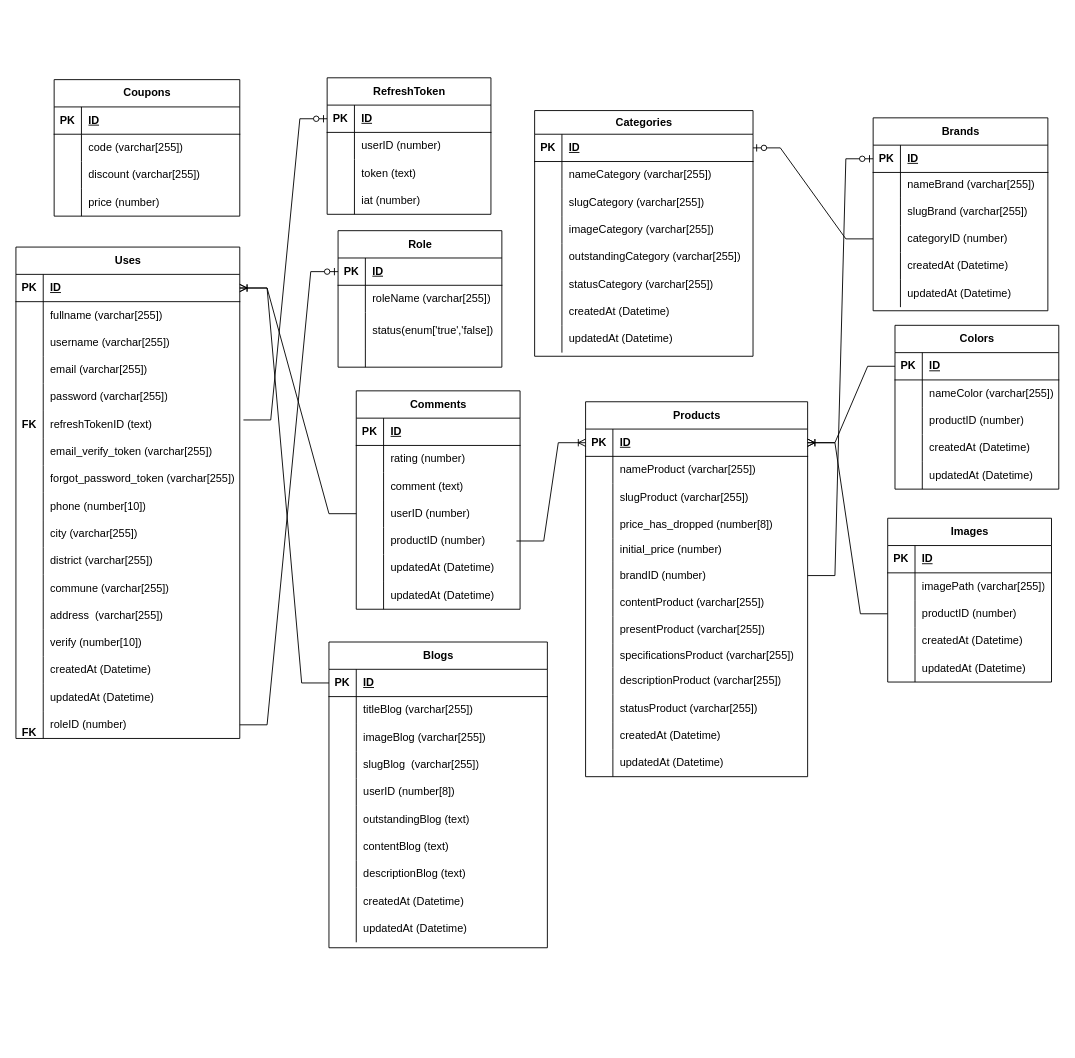
QuocHuy03/HoangHaPC keeps this draw.io diagram as src/doan.drawio. Above is the earlier version. Source tidied: cells renumbered, new cells numbered last; positions are measured from the earlier drawing's top-left corner, leaving out a move shared by most shapes. Both pictures are drawn from the tidied source at 91%, with x=0, y=0 at pixel (15, 77).
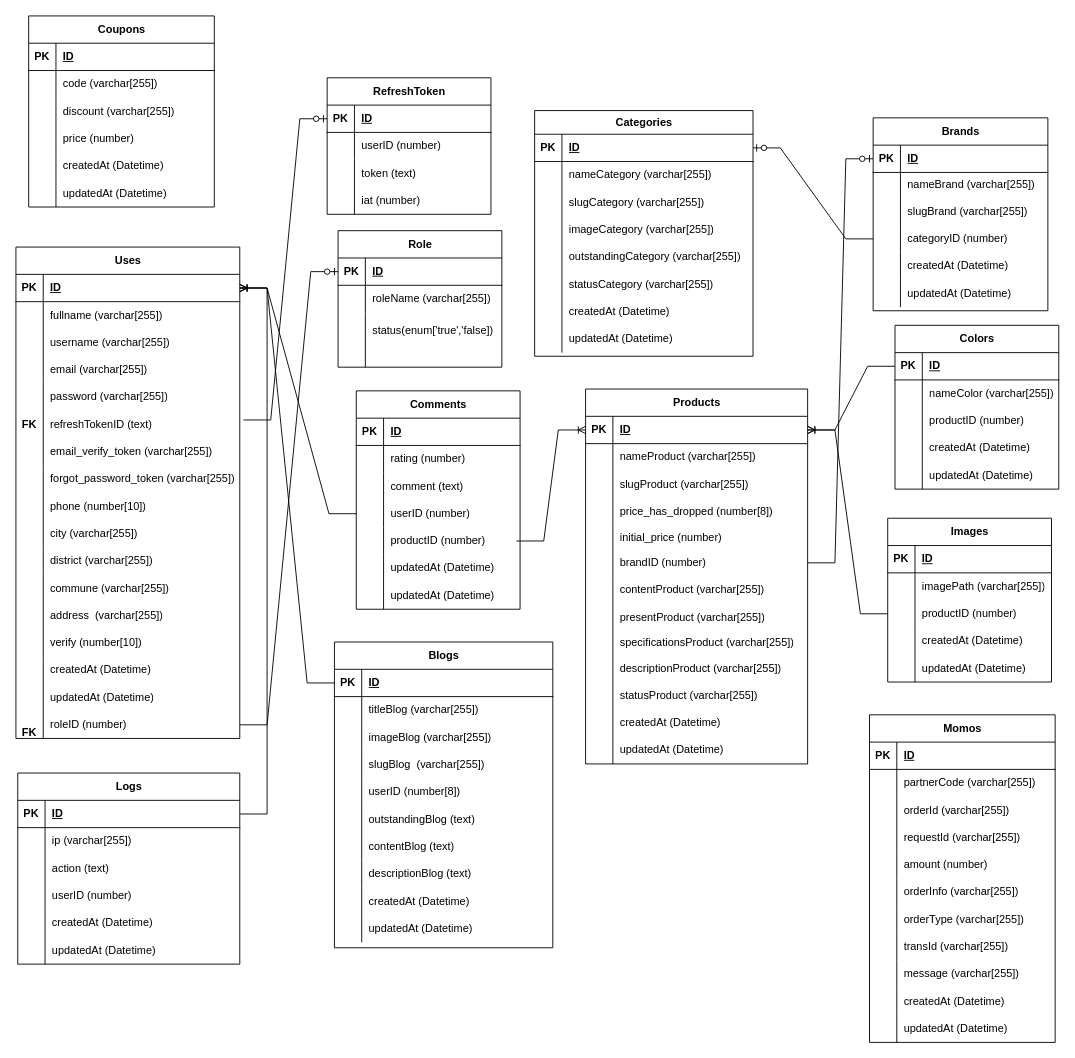
Above is the later version.

Commit message (it also covers changes not shown here):
Cập nhật doan.drawio

Unchanged cells that the change refers to:
```xml
<mxCell id="3" style="shape=tableRow;horizontal=0;startSize=0;swimlaneHead=0;swimlaneBody=0;fillColor=none;points=[[0,0.5],[1,0.5]];portConstraint=eastwest;top=0;left=0;right=0;bottom=1;" parent="2" vertex="1">
  <mxGeometry y="30" width="246" height="30" as="geometry" />
</mxCell>
```

What changed in the source:
```diff
@@
     <mxCell id="127" value="Products" style="shape=table;startSize=30;childLayout=tableLayout;rowLines=0;fontStyle=1;align=center;html=1;" parent="1" vertex="1">
-      <mxGeometry x="626" y="356" width="244" height="412" as="geometry" />
+      <mxGeometry x="626" y="342" width="244" height="412" as="geometry" />
     </mxCell>
@@
     <mxCell id="202" value="Blogs" style="shape=table;startSize=30;childLayout=tableLayout;rowLines=0;fontStyle=1;align=center;html=1;" parent="1" vertex="1">
-      <mxGeometry x="344" y="620" width="240" height="336" as="geometry" />
+      <mxGeometry x="350" y="620" width="240" height="336" as="geometry" />
     </mxCell>
@@
     <mxCell id="258" value="Coupons" style="shape=table;startSize=30;childLayout=tableLayout;rowLines=0;fontStyle=1;align=center;html=1;" parent="1" vertex="1">
-      <mxGeometry x="42" y="2" width="204" height="150" as="geometry" />
+      <mxGeometry x="14" y="-68" width="204" height="210" as="geometry" />
     </mxCell>
@@
+    <mxCell id="271" style="shape=tableRow;horizontal=0;startSize=0;swimlaneHead=0;swimlaneBody=0;fillColor=none;top=0;left=0;right=0;bottom=0;" parent="258" vertex="1">
+      <mxGeometry y="150" width="204" height="30" as="geometry" />
+    </mxCell>
+    <mxCell id="272" style="shape=partialRectangle;fillColor=none;top=0;left=0;bottom=0;right=0;overflow=hidden;whiteSpace=wrap;html=1;" parent="271" vertex="1">
+      <mxGeometry width="30" height="30" as="geometry" />
+    </mxCell>
+    <mxCell id="273" value="createdAt (Datetime)" style="shape=partialRectangle;fillColor=none;top=0;left=0;bottom=0;right=0;align=left;spacingLeft=6;overflow=hidden;whiteSpace=wrap;html=1;" parent="271" vertex="1">
+      <mxGeometry x="30" width="174" height="30" as="geometry" />
+    </mxCell>
+    <mxCell id="274" style="shape=tableRow;horizontal=0;startSize=0;swimlaneHead=0;swimlaneBody=0;fillColor=none;top=0;left=0;right=0;bottom=0;" parent="258" vertex="1">
+      <mxGeometry y="180" width="204" height="30" as="geometry" />
+    </mxCell>
+    <mxCell id="275" style="shape=partialRectangle;fillColor=none;top=0;left=0;bottom=0;right=0;overflow=hidden;whiteSpace=wrap;html=1;" parent="274" vertex="1">
+      <mxGeometry width="30" height="30" as="geometry" />
+    </mxCell>
+    <mxCell id="276" value="updatedAt (Datetime)" style="shape=partialRectangle;fillColor=none;top=0;left=0;bottom=0;right=0;align=left;spacingLeft=6;overflow=hidden;whiteSpace=wrap;html=1;" parent="274" vertex="1">
+      <mxGeometry x="30" width="174" height="30" as="geometry" />
+    </mxCell>
+    <mxCell id="277" value="Logs" style="shape=table;startSize=30;childLayout=tableLayout;rowLines=0;fontStyle=1;align=center;html=1;" parent="1" vertex="1">
+      <mxGeometry x="2" y="764" width="244" height="210" as="geometry" />
+    </mxCell>
+    <mxCell id="278" style="shape=tableRow;horizontal=0;startSize=0;swimlaneHead=0;swimlaneBody=0;fillColor=none;points=[[0,0.5],[1,0.5]];portConstraint=eastwest;top=0;left=0;right=0;bottom=1;" parent="277" vertex="1">
+      <mxGeometry y="30" width="244" height="30" as="geometry" />
+    </mxCell>
+    <mxCell id="279" value="PK" style="shape=partialRectangle;fillColor=none;top=0;left=0;bottom=0;right=0;fontStyle=1;overflow=hidden;whiteSpace=wrap;html=1;" parent="278" vertex="1">
+      <mxGeometry width="30" height="30" as="geometry" />
+    </mxCell>
+    <mxCell id="280" value="ID" style="shape=partialRectangle;fillColor=none;top=0;left=0;bottom=0;right=0;align=left;spacingLeft=6;fontStyle=5;overflow=hidden;whiteSpace=wrap;html=1;" parent="278" vertex="1">
+      <mxGeometry x="30" width="214" height="30" as="geometry" />
+    </mxCell>
+    <mxCell id="281" style="shape=tableRow;horizontal=0;startSize=0;swimlaneHead=0;swimlaneBody=0;fillColor=none;top=0;left=0;right=0;bottom=0;" parent="277" vertex="1">
+      <mxGeometry y="60" width="244" height="30" as="geometry" />
+    </mxCell>
+    <mxCell id="282" style="shape=partialRectangle;fillColor=none;top=0;left=0;bottom=0;right=0;overflow=hidden;whiteSpace=wrap;html=1;" parent="281" vertex="1">
+      <mxGeometry width="30" height="30" as="geometry" />
+    </mxCell>
+    <mxCell id="283" value="ip (varchar[255])" style="shape=partialRectangle;fillColor=none;top=0;left=0;bottom=0;right=0;align=left;spacingLeft=6;overflow=hidden;whiteSpace=wrap;html=1;" parent="281" vertex="1">
+      <mxGeometry x="30" width="214" height="30" as="geometry" />
+    </mxCell>
+    <mxCell id="284" style="shape=tableRow;horizontal=0;startSize=0;swimlaneHead=0;swimlaneBody=0;fillColor=none;top=0;left=0;right=0;bottom=0;" parent="277" vertex="1">
+      <mxGeometry y="90" width="244" height="30" as="geometry" />
+    </mxCell>
+    <mxCell id="285" style="shape=partialRectangle;fillColor=none;top=0;left=0;bottom=0;right=0;overflow=hidden;whiteSpace=wrap;html=1;" parent="284" vertex="1">
+      <mxGeometry width="30" height="30" as="geometry" />
+    </mxCell>
+    <mxCell id="286" value="action (text)" style="shape=partialRectangle;fillColor=none;top=0;left=0;bottom=0;right=0;align=left;spacingLeft=6;overflow=hidden;whiteSpace=wrap;html=1;" parent="284" vertex="1">
+      <mxGeometry x="30" width="214" height="30" as="geometry" />
+    </mxCell>
+    <mxCell id="287" style="shape=tableRow;horizontal=0;startSize=0;swimlaneHead=0;swimlaneBody=0;fillColor=none;top=0;left=0;right=0;bottom=0;" parent="277" vertex="1">
+      <mxGeometry y="120" width="244" height="30" as="geometry" />
+    </mxCell>
+    <mxCell id="288" style="shape=partialRectangle;fillColor=none;top=0;left=0;bottom=0;right=0;overflow=hidden;whiteSpace=wrap;html=1;" parent="287" vertex="1">
+      <mxGeometry width="30" height="30" as="geometry" />
+    </mxCell>
+    <mxCell id="289" value="userID (number)" style="shape=partialRectangle;fillColor=none;top=0;left=0;bottom=0;right=0;align=left;spacingLeft=6;overflow=hidden;whiteSpace=wrap;html=1;" parent="287" vertex="1">
+      <mxGeometry x="30" width="214" height="30" as="geometry" />
+    </mxCell>
+    <mxCell id="290" style="shape=tableRow;horizontal=0;startSize=0;swimlaneHead=0;swimlaneBody=0;fillColor=none;top=0;left=0;right=0;bottom=0;" parent="277" vertex="1">
+      <mxGeometry y="150" width="244" height="30" as="geometry" />
+    </mxCell>
+    <mxCell id="291" style="shape=partialRectangle;fillColor=none;top=0;left=0;bottom=0;right=0;overflow=hidden;whiteSpace=wrap;html=1;" parent="290" vertex="1">
+      <mxGeometry width="30" height="30" as="geometry" />
+    </mxCell>
+    <mxCell id="292" value="createdAt (Datetime)" style="shape=partialRectangle;fillColor=none;top=0;left=0;bottom=0;right=0;align=left;spacingLeft=6;overflow=hidden;whiteSpace=wrap;html=1;" parent="290" vertex="1">
+      <mxGeometry x="30" width="214" height="30" as="geometry" />
+    </mxCell>
+    <mxCell id="293" style="shape=tableRow;horizontal=0;startSize=0;swimlaneHead=0;swimlaneBody=0;fillColor=none;top=0;left=0;right=0;bottom=0;" parent="277" vertex="1">
+      <mxGeometry y="180" width="244" height="30" as="geometry" />
+    </mxCell>
+    <mxCell id="294" style="shape=partialRectangle;fillColor=none;top=0;left=0;bottom=0;right=0;overflow=hidden;whiteSpace=wrap;html=1;" parent="293" vertex="1">
+      <mxGeometry width="30" height="30" as="geometry" />
+    </mxCell>
+    <mxCell id="295" value="updatedAt (Datetime)" style="shape=partialRectangle;fillColor=none;top=0;left=0;bottom=0;right=0;align=left;spacingLeft=6;overflow=hidden;whiteSpace=wrap;html=1;" parent="293" vertex="1">
+      <mxGeometry x="30" width="214" height="30" as="geometry" />
+    </mxCell>
+    <mxCell id="296" style="edgeStyle=entityRelationEdgeStyle;fontSize=12;html=1;endArrow=ERoneToMany;rounded=0;exitX=1;exitY=0.5;exitDx=0;exitDy=0;" parent="1" edge="1" source="278" target="3">
+      <mxGeometry relative="1" as="geometry">
+        <Array as="points">
+          <mxPoint x="282" y="816" />
+          <mxPoint x="812" y="279" />
+          <mxPoint x="560" y="477" />
+          <mxPoint x="788" y="287" />
+          <mxPoint x="718" y="138" />
+          <mxPoint x="208" y="285" />
+        </Array>
+      </mxGeometry>
+    </mxCell>
+    <mxCell id="297" value="Momos" style="shape=table;startSize=30;childLayout=tableLayout;rowLines=0;fontStyle=1;align=center;html=1;" parent="1" vertex="1">
+      <mxGeometry x="938" y="700" width="204" height="360" as="geometry" />
+    </mxCell>
+    <mxCell id="298" style="shape=tableRow;horizontal=0;startSize=0;swimlaneHead=0;swimlaneBody=0;fillColor=none;top=0;left=0;right=0;bottom=1;" parent="297" vertex="1">
+      <mxGeometry y="30" width="204" height="30" as="geometry" />
+    </mxCell>
+    <mxCell id="299" value="PK" style="shape=partialRectangle;fillColor=none;top=0;left=0;bottom=0;right=0;fontStyle=1;overflow=hidden;whiteSpace=wrap;html=1;" parent="298" vertex="1">
+      <mxGeometry width="30" height="30" as="geometry" />
+    </mxCell>
+    <mxCell id="300" value="ID" style="shape=partialRectangle;fillColor=none;top=0;left=0;bottom=0;right=0;align=left;spacingLeft=6;fontStyle=5;overflow=hidden;whiteSpace=wrap;html=1;" parent="298" vertex="1">
+      <mxGeometry x="30" width="174" height="30" as="geometry" />
+    </mxCell>
+    <mxCell id="301" style="shape=tableRow;horizontal=0;startSize=0;swimlaneHead=0;swimlaneBody=0;fillColor=none;top=0;left=0;right=0;bottom=0;" parent="297" vertex="1">
+      <mxGeometry y="60" width="204" height="30" as="geometry" />
+    </mxCell>
+    <mxCell id="302" style="shape=partialRectangle;fillColor=none;top=0;left=0;bottom=0;right=0;overflow=hidden;whiteSpace=wrap;html=1;" parent="301" vertex="1">
+      <mxGeometry width="30" height="30" as="geometry" />
+    </mxCell>
+    <mxCell id="303" value="partnerCode (varchar[255])" style="shape=partialRectangle;fillColor=none;top=0;left=0;bottom=0;right=0;align=left;spacingLeft=6;overflow=hidden;whiteSpace=wrap;html=1;" parent="301" vertex="1">
+      <mxGeometry x="30" width="174" height="30" as="geometry" />
+    </mxCell>
+    <mxCell id="304" style="shape=tableRow;horizontal=0;startSize=0;swimlaneHead=0;swimlaneBody=0;fillColor=none;top=0;left=0;right=0;bottom=0;" parent="297" vertex="1">
+      <mxGeometry y="90" width="204" height="30" as="geometry" />
+    </mxCell>
+    <mxCell id="305" style="shape=partialRectangle;fillColor=none;top=0;left=0;bottom=0;right=0;overflow=hidden;whiteSpace=wrap;html=1;" parent="304" vertex="1">
+      <mxGeometry width="30" height="30" as="geometry" />
+    </mxCell>
+    <mxCell id="306" value="orderId (varchar[255])" style="shape=partialRectangle;fillColor=none;top=0;left=0;bottom=0;right=0;align=left;spacingLeft=6;overflow=hidden;whiteSpace=wrap;html=1;" parent="304" vertex="1">
+      <mxGeometry x="30" width="174" height="30" as="geometry" />
+    </mxCell>
+    <mxCell id="307" style="shape=tableRow;horizontal=0;startSize=0;swimlaneHead=0;swimlaneBody=0;fillColor=none;top=0;left=0;right=0;bottom=0;" parent="297" vertex="1">
+      <mxGeometry y="120" width="204" height="30" as="geometry" />
+    </mxCell>
+    <mxCell id="308" style="shape=partialRectangle;fillColor=none;top=0;left=0;bottom=0;right=0;overflow=hidden;whiteSpace=wrap;html=1;" parent="307" vertex="1">
+      <mxGeometry width="30" height="30" as="geometry" />
+    </mxCell>
+    <mxCell id="309" value="requestId (varchar[255])" style="shape=partialRectangle;fillColor=none;top=0;left=0;bottom=0;right=0;align=left;spacingLeft=6;overflow=hidden;whiteSpace=wrap;html=1;" parent="307" vertex="1">
+      <mxGeometry x="30" width="174" height="30" as="geometry" />
+    </mxCell>
+    <mxCell id="310" style="shape=tableRow;horizontal=0;startSize=0;swimlaneHead=0;swimlaneBody=0;fillColor=none;top=0;left=0;right=0;bottom=0;" parent="297" vertex="1">
+      <mxGeometry y="150" width="204" height="30" as="geometry" />
+    </mxCell>
+    <mxCell id="311" style="shape=partialRectangle;fillColor=none;top=0;left=0;bottom=0;right=0;overflow=hidden;whiteSpace=wrap;html=1;" parent="310" vertex="1">
+      <mxGeometry width="30" height="30" as="geometry" />
+    </mxCell>
+    <mxCell id="312" value="amount (number)" style="shape=partialRectangle;fillColor=none;top=0;left=0;bottom=0;right=0;align=left;spacingLeft=6;overflow=hidden;whiteSpace=wrap;html=1;" parent="310" vertex="1">
+      <mxGeometry x="30" width="174" height="30" as="geometry" />
+    </mxCell>
+    <mxCell id="313" style="shape=tableRow;horizontal=0;startSize=0;swimlaneHead=0;swimlaneBody=0;fillColor=none;top=0;left=0;right=0;bottom=0;" parent="297" vertex="1">
+      <mxGeometry y="180" width="204" height="30" as="geometry" />
+    </mxCell>
+    <mxCell id="314" style="shape=partialRectangle;fillColor=none;top=0;left=0;bottom=0;right=0;overflow=hidden;whiteSpace=wrap;html=1;" parent="313" vertex="1">
+      <mxGeometry width="30" height="30" as="geometry" />
+    </mxCell>
+    <mxCell id="315" value="orderInfo (varchar[255])" style="shape=partialRectangle;fillColor=none;top=0;left=0;bottom=0;right=0;align=left;spacingLeft=6;overflow=hidden;whiteSpace=wrap;html=1;" parent="313" vertex="1">
+      <mxGeometry x="30" width="174" height="30" as="geometry" />
+    </mxCell>
+    <mxCell id="316" style="shape=tableRow;horizontal=0;startSize=0;swimlaneHead=0;swimlaneBody=0;fillColor=none;top=0;left=0;right=0;bottom=0;" parent="297" vertex="1">
+      <mxGeometry y="210" width="204" height="30" as="geometry" />
+    </mxCell>
+    <mxCell id="317" style="shape=partialRectangle;fillColor=none;top=0;left=0;bottom=0;right=0;overflow=hidden;whiteSpace=wrap;html=1;" parent="316" vertex="1">
+      <mxGeometry width="30" height="30" as="geometry" />
+    </mxCell>
+    <mxCell id="318" value="orderType (varchar[255])" style="shape=partialRectangle;fillColor=none;top=0;left=0;bottom=0;right=0;align=left;spacingLeft=6;overflow=hidden;whiteSpace=wrap;html=1;" parent="316" vertex="1">
+      <mxGeometry x="30" width="174" height="30" as="geometry" />
+    </mxCell>
+    <mxCell id="319" style="shape=tableRow;horizontal=0;startSize=0;swimlaneHead=0;swimlaneBody=0;fillColor=none;top=0;left=0;right=0;bottom=0;" parent="297" vertex="1">
+      <mxGeometry y="240" width="204" height="30" as="geometry" />
+    </mxCell>
+    <mxCell id="320" style="shape=partialRectangle;fillColor=none;top=0;left=0;bottom=0;right=0;overflow=hidden;whiteSpace=wrap;html=1;" parent="319" vertex="1">
+      <mxGeometry width="30" height="30" as="geometry" />
+    </mxCell>
+    <mxCell id="321" value="transId (varchar[255])" style="shape=partialRectangle;fillColor=none;top=0;left=0;bottom=0;right=0;align=left;spacingLeft=6;overflow=hidden;whiteSpace=wrap;html=1;" parent="319" vertex="1">
+      <mxGeometry x="30" width="174" height="30" as="geometry" />
+    </mxCell>
+    <mxCell id="322" style="shape=tableRow;horizontal=0;startSize=0;swimlaneHead=0;swimlaneBody=0;fillColor=none;top=0;left=0;right=0;bottom=0;" parent="297" vertex="1">
+      <mxGeometry y="270" width="204" height="30" as="geometry" />
+    </mxCell>
+    <mxCell id="323" style="shape=partialRectangle;fillColor=none;top=0;left=0;bottom=0;right=0;overflow=hidden;whiteSpace=wrap;html=1;" parent="322" vertex="1">
+      <mxGeometry width="30" height="30" as="geometry" />
+    </mxCell>
+    <mxCell id="324" value="message (varchar[255])" style="shape=partialRectangle;fillColor=none;top=0;left=0;bottom=0;right=0;align=left;spacingLeft=6;overflow=hidden;whiteSpace=wrap;html=1;" parent="322" vertex="1">
+      <mxGeometry x="30" width="174" height="30" as="geometry" />
+    </mxCell>
+    <mxCell id="325" style="shape=tableRow;horizontal=0;startSize=0;swimlaneHead=0;swimlaneBody=0;fillColor=none;top=0;left=0;right=0;bottom=0;" parent="297" vertex="1">
+      <mxGeometry y="300" width="204" height="30" as="geometry" />
+    </mxCell>
+    <mxCell id="326" style="shape=partialRectangle;fillColor=none;top=0;left=0;bottom=0;right=0;overflow=hidden;whiteSpace=wrap;html=1;" parent="325" vertex="1">
+      <mxGeometry width="30" height="30" as="geometry" />
+    </mxCell>
+    <mxCell id="327" value="createdAt (Datetime)" style="shape=partialRectangle;fillColor=none;top=0;left=0;bottom=0;right=0;align=left;spacingLeft=6;overflow=hidden;whiteSpace=wrap;html=1;" parent="325" vertex="1">
+      <mxGeometry x="30" width="174" height="30" as="geometry" />
+    </mxCell>
+    <mxCell id="328" style="shape=tableRow;horizontal=0;startSize=0;swimlaneHead=0;swimlaneBody=0;fillColor=none;top=0;left=0;right=0;bottom=0;" parent="297" vertex="1">
+      <mxGeometry y="330" width="204" height="30" as="geometry" />
+    </mxCell>
+    <mxCell id="329" style="shape=partialRectangle;fillColor=none;top=0;left=0;bottom=0;right=0;overflow=hidden;whiteSpace=wrap;html=1;" parent="328" vertex="1">
+      <mxGeometry width="30" height="30" as="geometry" />
+    </mxCell>
+    <mxCell id="330" value="updatedAt (Datetime)" style="shape=partialRectangle;fillColor=none;top=0;left=0;bottom=0;right=0;align=left;spacingLeft=6;overflow=hidden;whiteSpace=wrap;html=1;" parent="328" vertex="1">
+      <mxGeometry x="30" width="174" height="30" as="geometry" />
+    </mxCell>
```
